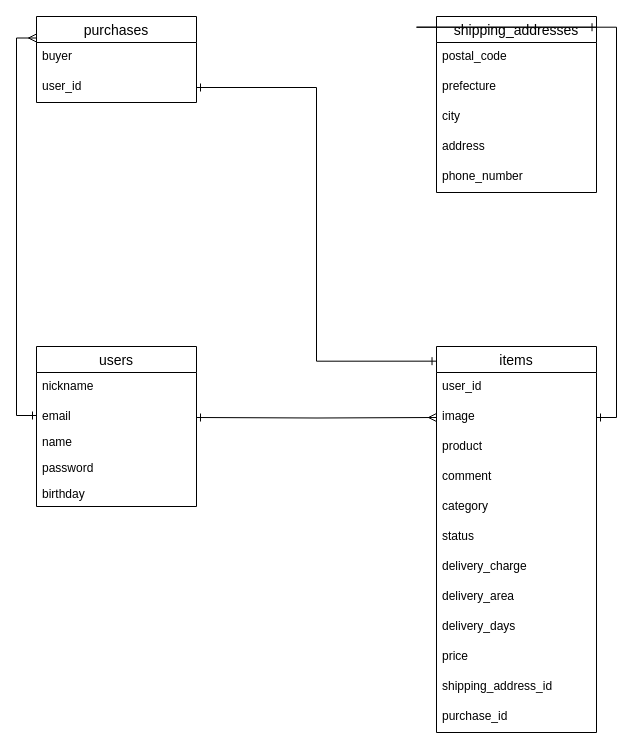
This is ER.dio from masaya-takasaka/furima-35004, a draw.io file, before an edit. Source tidied: cells renumbered, new cells numbered last; positions are measured from the earlier drawing's top-left corner, leaving out a move shared by most shapes. Both pictures are drawn from the tidied source at 100%, with x=0, y=0 at pixel (36, 16).
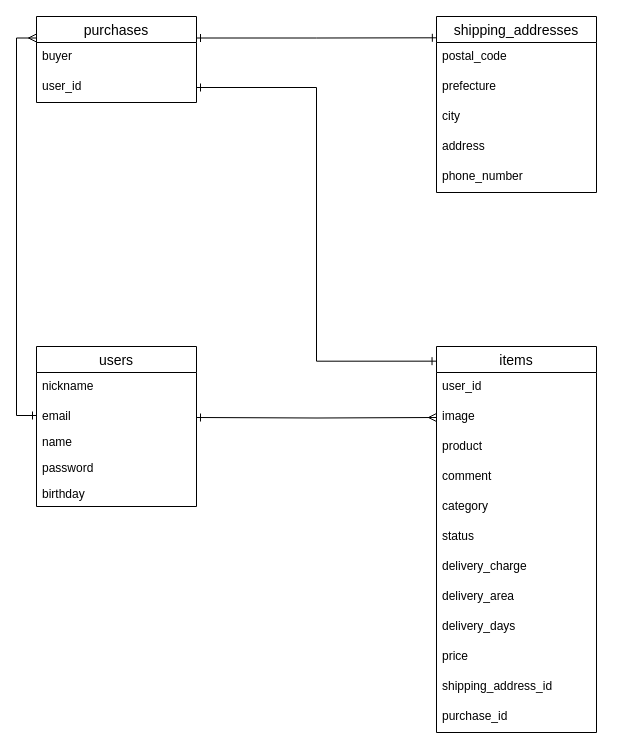
After the change.

The change refers to these unchanged cells:
```xml
<mxCell id="10" value="image" style="text;strokeColor=none;fillColor=none;spacingLeft=4;spacingRight=4;overflow=hidden;points=[[0,0.5],[1,0.5]];portConstraint=eastwest;fontSize=12;" parent="8" vertex="1">
  <mxGeometry y="56" width="160" height="30" as="geometry" />
</mxCell>
<mxCell id="21" value="purchases" style="swimlane;fontStyle=0;horizontal=1;startSize=26;align=center;fontSize=14;" parent="1" vertex="1">
  <mxGeometry width="160" height="86" as="geometry" />
</mxCell>
<mxCell id="24" value="shipping_addresses" style="swimlane;fontStyle=0;horizontal=1;startSize=26;align=center;fontSize=14;" parent="1" vertex="1">
  <mxGeometry x="400" width="160" height="176" as="geometry" />
</mxCell>
```

The edit, as a diff of the source:
```diff
@@
+    <mxCell id="34" style="edgeStyle=orthogonalEdgeStyle;rounded=0;jettySize=auto;html=1;exitX=1;exitY=0.25;exitDx=0;exitDy=0;entryX=-0.001;entryY=0.121;entryDx=0;entryDy=0;entryPerimeter=0;startArrow=ERone;startFill=0;endArrow=ERone;endFill=0;" parent="1" edge="1" source="21" target="24">
+      <mxGeometry relative="1" as="geometry" />
+    </mxCell>
@@
-    <mxCell id="32" style="edgeStyle=orthogonalEdgeStyle;rounded=0;jettySize=auto;html=1;exitX=1;exitY=0.5;exitDx=0;exitDy=0;entryX=0.997;entryY=0.061;entryDx=0;entryDy=0;entryPerimeter=0;startArrow=ERone;startFill=0;endArrow=ERone;endFill=0;" parent="1" edge="1" source="10" target="24">
-      <mxGeometry relative="1" as="geometry" />
-    </mxCell>
```
